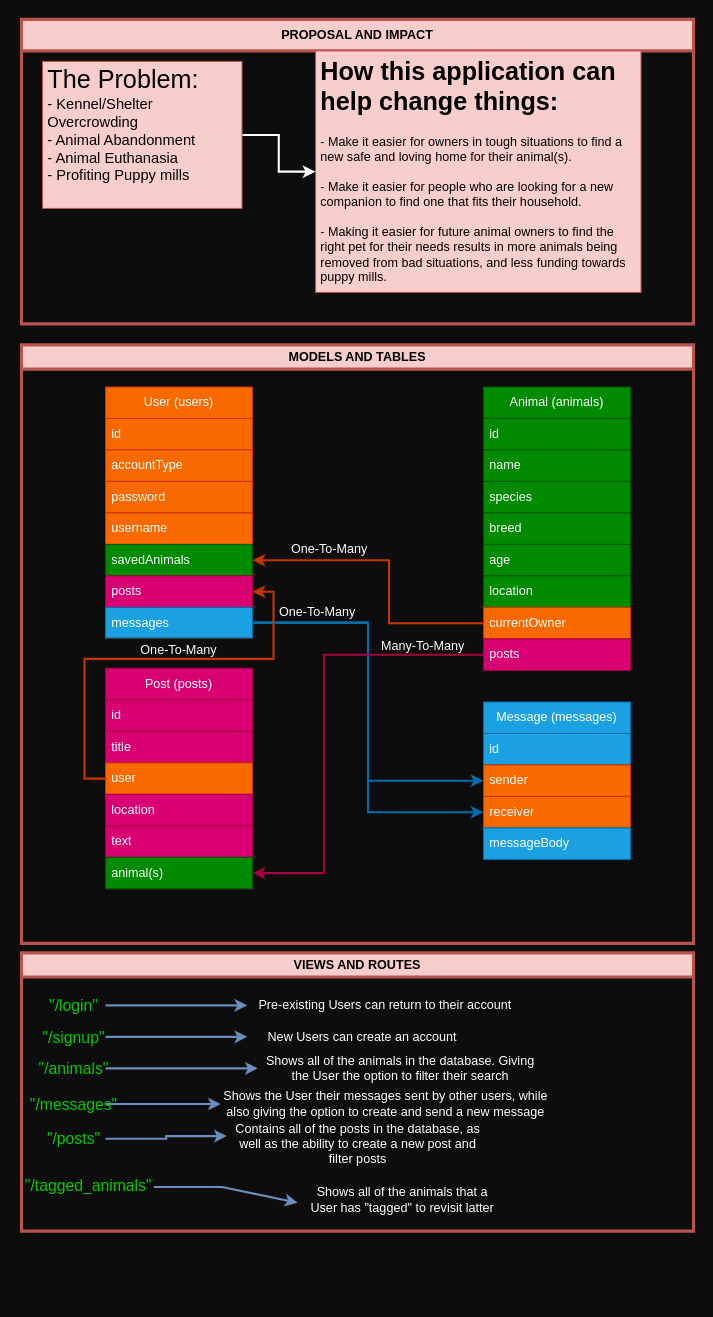
Earlier version of the draw.io diagram Untitled Diagram.drawio (kammau/Animal-Share). Source tidied: cells renumbered, new cells numbered last; positions are measured from the earlier drawing's top-left corner, leaving out a move shared by most shapes. Both pictures are drawn from the tidied source at 105%, with x=0, y=0 at pixel (21, 19).
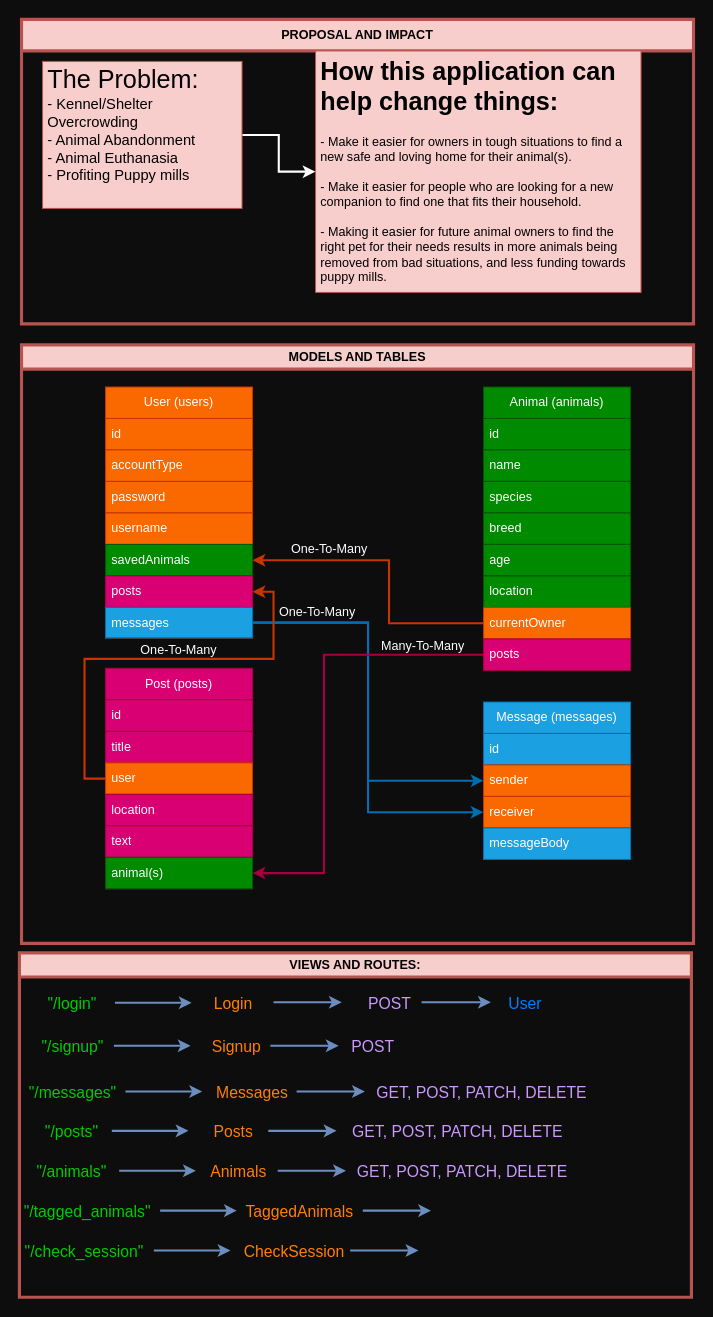
The same page after the edit.

What changed in the source:
```diff
@@
-    <mxCell id="45" value="VIEWS AND ROUTES" style="swimlane;whiteSpace=wrap;html=1;fillColor=#f8cecc;strokeColor=#b85450;strokeWidth=3;" parent="1" vertex="1">
-      <mxGeometry y="889" width="640" height="265" as="geometry" />
+    <mxCell id="45" value="VIEWS AND ROUTES:" style="swimlane;whiteSpace=wrap;html=1;fillColor=#f8cecc;strokeColor=#b85450;strokeWidth=3;" parent="1" vertex="1">
+      <mxGeometry x="-2" y="889" width="640" height="328" as="geometry" />
     </mxCell>
-    <mxCell id="46" style="edgeStyle=orthogonalEdgeStyle;rounded=0;jettySize=auto;html=1;fontColor=#FFCCE6;fillColor=#dae8fc;strokeColor=#6c8ebf;strokeWidth=2;" parent="45" edge="1" source="47" target="56">
-      <mxGeometry relative="1" as="geometry" />
-    </mxCell>
-    <mxCell id="47" value="&lt;font style=&quot;font-size: 15px;&quot;&gt;&quot;/login&quot;&lt;/font&gt;" style="text;html=1;strokeColor=none;fillColor=none;align=center;verticalAlign=middle;whiteSpace=wrap;rounded=0;fontColor=#00CC00;" parent="45" vertex="1">
-      <mxGeometry x="20" y="35" width="60" height="30" as="geometry" />
+    <mxCell id="47" value="&quot;/login&quot;" style="text;html=1;strokeColor=none;fillColor=none;align=center;verticalAlign=middle;whiteSpace=wrap;rounded=0;fontColor=#00CC00;fontSize=15;" parent="45" vertex="1">
+      <mxGeometry x="20" y="33" width="61" height="30" as="geometry" />
     </mxCell>
-    <mxCell id="48" style="edgeStyle=orthogonalEdgeStyle;rounded=0;jettySize=auto;html=1;fillColor=#dae8fc;strokeColor=#6c8ebf;strokeWidth=2;" parent="45" edge="1" source="49" target="57">
-      <mxGeometry relative="1" as="geometry" />
-    </mxCell>
+    <mxCell id="64" style="endArrow=classic;html=1;rounded=0;fillColor=#dae8fc;strokeColor=#6c8ebf;strokeWidth=2;" parent="45" edge="1">
+      <mxGeometry relative="1" as="geometry">
+        <mxPoint x="91" y="47.5" as="sourcePoint" />
+        <mxPoint x="164" y="47.5" as="targetPoint" />
+      </mxGeometry>
+    </mxCell>
+    <mxCell id="65" value="Login" style="text;html=1;strokeColor=none;fillColor=none;align=center;verticalAlign=middle;whiteSpace=wrap;rounded=0;fontColor=#FF8000;fontSize=15;" parent="45" vertex="1">
+      <mxGeometry x="174" y="33" width="60" height="30" as="geometry" />
+    </mxCell>
+    <mxCell id="66" style="endArrow=classic;html=1;rounded=0;fillColor=#dae8fc;strokeColor=#6c8ebf;strokeWidth=2;" parent="45" edge="1">
+      <mxGeometry relative="1" as="geometry">
+        <mxPoint x="242" y="47" as="sourcePoint" />
+        <mxPoint x="307" y="47" as="targetPoint" />
+      </mxGeometry>
+    </mxCell>
+    <mxCell id="67" value="POST" style="text;html=1;strokeColor=none;fillColor=none;align=center;verticalAlign=middle;whiteSpace=wrap;rounded=0;fontColor=#CC99FF;fontSize=15;" parent="45" vertex="1">
+      <mxGeometry x="323" y="33" width="60" height="30" as="geometry" />
+    </mxCell>
+    <mxCell id="68" style="endArrow=classic;html=1;rounded=0;strokeWidth=2;fillColor=#dae8fc;strokeColor=#6c8ebf;" parent="45" edge="1">
+      <mxGeometry relative="1" as="geometry">
+        <mxPoint x="383" y="47" as="sourcePoint" />
+        <mxPoint x="449" y="47" as="targetPoint" />
+      </mxGeometry>
+    </mxCell>
+    <mxCell id="69" value="User" style="text;html=1;strokeColor=none;fillColor=none;align=center;verticalAlign=middle;whiteSpace=wrap;rounded=0;fontColor=#007FFF;fontSize=15;" parent="45" vertex="1">
+      <mxGeometry x="452" y="33" width="60" height="30" as="geometry" />
+    </mxCell>
-    <mxCell id="49" value="&quot;/signup&quot;" style="text;html=1;strokeColor=none;fillColor=none;align=center;verticalAlign=middle;whiteSpace=wrap;rounded=0;fontSize=15;fontColor=#00CC00;" parent="45" vertex="1">
-      <mxGeometry x="20" y="65" width="60" height="30" as="geometry" />
+    <mxCell id="49" value="&quot;/signup&quot;" style="text;html=1;strokeColor=none;fillColor=none;align=center;verticalAlign=middle;whiteSpace=wrap;rounded=0;fontColor=#00CC00;fontSize=15;" parent="45" vertex="1">
+      <mxGeometry x="21" y="74" width="60" height="30" as="geometry" />
     </mxCell>
-    <mxCell id="50" style="edgeStyle=orthogonalEdgeStyle;rounded=0;jettySize=auto;html=1;fillColor=#dae8fc;strokeColor=#6c8ebf;strokeWidth=2;" parent="45" edge="1" source="51" target="58">
-      <mxGeometry relative="1" as="geometry" />
-    </mxCell>
+    <mxCell id="53" value="&quot;/messages&quot;" style="text;html=1;strokeColor=none;fillColor=none;align=center;verticalAlign=middle;whiteSpace=wrap;rounded=0;fontSize=15;fontColor=#00CC00;" parent="45" vertex="1">
+      <mxGeometry x="21" y="117.5" width="60" height="30" as="geometry" />
+    </mxCell>
+    <mxCell id="55" value="&quot;/posts&quot;" style="text;html=1;strokeColor=none;fillColor=none;align=center;verticalAlign=middle;whiteSpace=wrap;rounded=0;fontSize=15;fontColor=#00CC00;" parent="45" vertex="1">
+      <mxGeometry x="20" y="155" width="60" height="30" as="geometry" />
+    </mxCell>
     <mxCell id="51" value="&quot;/animals&quot;" style="text;html=1;strokeColor=none;fillColor=none;align=center;verticalAlign=middle;whiteSpace=wrap;rounded=0;fontSize=15;fontColor=#00CC00;" parent="45" vertex="1">
-      <mxGeometry x="20" y="95" width="60" height="30" as="geometry" />
+      <mxGeometry x="20" y="193" width="60" height="30" as="geometry" />
     </mxCell>
-    <mxCell id="52" style="edgeStyle=orthogonalEdgeStyle;rounded=0;jettySize=auto;html=1;fillColor=#dae8fc;strokeColor=#6c8ebf;strokeWidth=2;" parent="45" edge="1" source="53" target="59">
-      <mxGeometry relative="1" as="geometry" />
-    </mxCell>
-    <mxCell id="53" value="&quot;/messages&quot;" style="text;html=1;strokeColor=none;fillColor=none;align=center;verticalAlign=middle;whiteSpace=wrap;rounded=0;fontSize=15;fontColor=#00CC00;" parent="45" vertex="1">
-      <mxGeometry x="20" y="129" width="60" height="30" as="geometry" />
-    </mxCell>
-    <mxCell id="54" style="edgeStyle=orthogonalEdgeStyle;rounded=0;jettySize=auto;html=1;entryX=0;entryY=0.25;entryDx=0;entryDy=0;fillColor=#dae8fc;strokeColor=#6c8ebf;strokeWidth=2;" parent="45" edge="1" source="55" target="60">
-      <mxGeometry relative="1" as="geometry" />
-    </mxCell>
-    <mxCell id="55" value="&quot;/posts&quot;" style="text;html=1;strokeColor=none;fillColor=none;align=center;verticalAlign=middle;whiteSpace=wrap;rounded=0;fontSize=15;fontColor=#00CC00;" parent="45" vertex="1">
-      <mxGeometry x="20" y="162" width="60" height="30" as="geometry" />
-    </mxCell>
-    <mxCell id="56" value="Pre-existing Users can return to their account" style="text;html=1;strokeColor=none;fillColor=none;align=center;verticalAlign=middle;whiteSpace=wrap;rounded=0;fontColor=#FFFFFF;" parent="45" vertex="1">
-      <mxGeometry x="215" y="35" width="263" height="30" as="geometry" />
-    </mxCell>
-    <mxCell id="57" value="New Users can create an account&amp;nbsp;" style="text;html=1;strokeColor=none;fillColor=none;align=center;verticalAlign=middle;whiteSpace=wrap;rounded=0;fontColor=#FFFFFF;" parent="45" vertex="1">
-      <mxGeometry x="215" y="65" width="223" height="30" as="geometry" />
-    </mxCell>
-    <mxCell id="58" value="Shows all of the animals in the database. Giving the User the option to filter their search" style="text;html=1;strokeColor=none;fillColor=none;align=center;verticalAlign=middle;whiteSpace=wrap;rounded=0;fontColor=#FFFFFF;" parent="45" vertex="1">
-      <mxGeometry x="225" y="95" width="272" height="30" as="geometry" />
-    </mxCell>
-    <mxCell id="59" value="Shows the User their messages sent by other users, while also giving the option to create and send a new message" style="text;html=1;strokeColor=none;fillColor=none;align=center;verticalAlign=middle;whiteSpace=wrap;rounded=0;fontColor=#FFFFFF;" parent="45" vertex="1">
-      <mxGeometry x="189.8" y="129" width="313.5" height="30" as="geometry" />
-    </mxCell>
-    <mxCell id="60" value="Contains all of the posts in the database, as well as the ability to create a new post and filter posts" style="text;html=1;strokeColor=none;fillColor=none;align=center;verticalAlign=middle;whiteSpace=wrap;rounded=0;fontColor=#FFFFFF;" parent="45" vertex="1">
-      <mxGeometry x="195.5" y="167" width="249" height="30" as="geometry" />
-    </mxCell>
-    <mxCell id="61" value="&quot;/tagged_animals&quot;" style="text;html=1;strokeColor=none;fillColor=none;align=center;verticalAlign=middle;whiteSpace=wrap;rounded=0;fontColor=#00CC00;fontSize=15;" parent="45" vertex="1">
-      <mxGeometry x="34" y="206" width="60" height="30" as="geometry" />
+    <mxCell id="61" value="&quot;/tagged_animals&quot;" style="text;html=1;strokeColor=none;fillColor=none;align=center;verticalAlign=middle;whiteSpace=wrap;rounded=0;fontSize=15;fontColor=#00CC00;" parent="45" vertex="1">
+      <mxGeometry x="35" y="231" width="60" height="30" as="geometry" />
     </mxCell>
-    <mxCell id="62" value="Shows all of the animals that a User has &quot;tagged&quot; to revisit latter" style="text;html=1;strokeColor=none;fillColor=none;align=center;verticalAlign=middle;whiteSpace=wrap;rounded=0;fontColor=#FFFFFF;" parent="45" vertex="1">
-      <mxGeometry x="269" y="220" width="188" height="30" as="geometry" />
-    </mxCell>
-    <mxCell id="63" style="endArrow=classic;html=1;rounded=0;fillColor=#dae8fc;strokeColor=#6c8ebf;strokeWidth=2;" parent="45" edge="1">
-      <mxGeometry relative="1" as="geometry">
-        <mxPoint x="126" y="223" as="sourcePoint" />
-        <mxPoint x="263" y="238" as="targetPoint" />
-        <Array as="points">
-          <mxPoint x="191" y="223" />
-        </Array>
-      </mxGeometry>
-    </mxCell>
+    <mxCell id="70" style="endArrow=classic;html=1;rounded=0;fillColor=#dae8fc;strokeColor=#6c8ebf;strokeWidth=2;" parent="45" edge="1">
+      <mxGeometry relative="1" as="geometry">
+        <mxPoint x="90" y="88.5" as="sourcePoint" />
+        <mxPoint x="163" y="88.5" as="targetPoint" />
+      </mxGeometry>
+    </mxCell>
+    <mxCell id="71" style="endArrow=classic;html=1;rounded=0;fillColor=#dae8fc;strokeColor=#6c8ebf;strokeWidth=2;" parent="45" edge="1">
+      <mxGeometry relative="1" as="geometry">
+        <mxPoint x="101" y="132" as="sourcePoint" />
+        <mxPoint x="174" y="132" as="targetPoint" />
+      </mxGeometry>
+    </mxCell>
+    <mxCell id="72" style="endArrow=classic;html=1;rounded=0;fillColor=#dae8fc;strokeColor=#6c8ebf;strokeWidth=2;" parent="45" edge="1">
+      <mxGeometry relative="1" as="geometry">
+        <mxPoint x="88" y="169.5" as="sourcePoint" />
+        <mxPoint x="161" y="169.5" as="targetPoint" />
+      </mxGeometry>
+    </mxCell>
+    <mxCell id="73" style="endArrow=classic;html=1;rounded=0;fillColor=#dae8fc;strokeColor=#6c8ebf;strokeWidth=2;" parent="45" edge="1">
+      <mxGeometry relative="1" as="geometry">
+        <mxPoint x="95" y="207.5" as="sourcePoint" />
+        <mxPoint x="168" y="207.5" as="targetPoint" />
+      </mxGeometry>
+    </mxCell>
+    <mxCell id="74" style="endArrow=classic;html=1;rounded=0;fillColor=#dae8fc;strokeColor=#6c8ebf;strokeWidth=2;" parent="45" edge="1">
+      <mxGeometry relative="1" as="geometry">
+        <mxPoint x="134" y="245.5" as="sourcePoint" />
+        <mxPoint x="207" y="245.5" as="targetPoint" />
+      </mxGeometry>
+    </mxCell>
+    <mxCell id="75" value="Signup" style="text;html=1;strokeColor=none;fillColor=none;align=center;verticalAlign=middle;whiteSpace=wrap;rounded=0;fontColor=#FF8000;fontSize=15;" parent="45" vertex="1">
+      <mxGeometry x="177" y="74" width="60" height="30" as="geometry" />
+    </mxCell>
+    <mxCell id="76" value="Messages" style="text;html=1;strokeColor=none;fillColor=none;align=center;verticalAlign=middle;whiteSpace=wrap;rounded=0;fontColor=#FF8000;fontSize=15;" parent="45" vertex="1">
+      <mxGeometry x="192" y="117.5" width="60" height="30" as="geometry" />
+    </mxCell>
+    <mxCell id="77" value="&quot;/check_session&quot;" style="text;html=1;strokeColor=none;fillColor=none;align=center;verticalAlign=middle;whiteSpace=wrap;rounded=0;fontSize=15;fontColor=#00CC00;" parent="45" vertex="1">
+      <mxGeometry x="32" y="269" width="60" height="30" as="geometry" />
+    </mxCell>
+    <mxCell id="78" style="endArrow=classic;html=1;rounded=0;fillColor=#dae8fc;strokeColor=#6c8ebf;strokeWidth=2;" parent="45" edge="1">
+      <mxGeometry relative="1" as="geometry">
+        <mxPoint x="128" y="283.5" as="sourcePoint" />
+        <mxPoint x="201" y="283.5" as="targetPoint" />
+      </mxGeometry>
+    </mxCell>
+    <mxCell id="79" value="Posts" style="text;html=1;strokeColor=none;fillColor=none;align=center;verticalAlign=middle;whiteSpace=wrap;rounded=0;fontColor=#FF8000;fontSize=15;" parent="45" vertex="1">
+      <mxGeometry x="174" y="155" width="60" height="30" as="geometry" />
+    </mxCell>
+    <mxCell id="80" value="Animals" style="text;html=1;strokeColor=none;fillColor=none;align=center;verticalAlign=middle;whiteSpace=wrap;rounded=0;fontColor=#FF8000;fontSize=15;" parent="45" vertex="1">
+      <mxGeometry x="179" y="193" width="60" height="30" as="geometry" />
+    </mxCell>
+    <mxCell id="81" value="TaggedAnimals" style="text;html=1;strokeColor=none;fillColor=none;align=center;verticalAlign=middle;whiteSpace=wrap;rounded=0;fontColor=#FF8000;fontSize=15;" parent="45" vertex="1">
+      <mxGeometry x="237" y="231" width="60" height="30" as="geometry" />
+    </mxCell>
+    <mxCell id="82" value="CheckSession" style="text;html=1;strokeColor=none;fillColor=none;align=center;verticalAlign=middle;whiteSpace=wrap;rounded=0;fontColor=#FF8000;fontSize=15;" parent="45" vertex="1">
+      <mxGeometry x="232" y="269" width="60" height="30" as="geometry" />
+    </mxCell>
+    <mxCell id="83" style="endArrow=classic;html=1;rounded=0;fillColor=#dae8fc;strokeColor=#6c8ebf;strokeWidth=2;" parent="45" edge="1">
+      <mxGeometry relative="1" as="geometry">
+        <mxPoint x="239" y="88.5" as="sourcePoint" />
+        <mxPoint x="304" y="88.5" as="targetPoint" />
+      </mxGeometry>
+    </mxCell>
+    <mxCell id="84" style="endArrow=classic;html=1;rounded=0;fillColor=#dae8fc;strokeColor=#6c8ebf;strokeWidth=2;" parent="45" edge="1">
+      <mxGeometry relative="1" as="geometry">
+        <mxPoint x="264" y="132" as="sourcePoint" />
+        <mxPoint x="329" y="132" as="targetPoint" />
+      </mxGeometry>
+    </mxCell>
+    <mxCell id="85" style="endArrow=classic;html=1;rounded=0;fillColor=#dae8fc;strokeColor=#6c8ebf;strokeWidth=2;" parent="45" edge="1">
+      <mxGeometry relative="1" as="geometry">
+        <mxPoint x="237" y="169.5" as="sourcePoint" />
+        <mxPoint x="302" y="169.5" as="targetPoint" />
+      </mxGeometry>
+    </mxCell>
+    <mxCell id="86" style="endArrow=classic;html=1;rounded=0;fillColor=#dae8fc;strokeColor=#6c8ebf;strokeWidth=2;" parent="45" edge="1">
+      <mxGeometry relative="1" as="geometry">
+        <mxPoint x="246" y="207.5" as="sourcePoint" />
+        <mxPoint x="311" y="207.5" as="targetPoint" />
+      </mxGeometry>
+    </mxCell>
+    <mxCell id="87" style="endArrow=classic;html=1;rounded=0;fillColor=#dae8fc;strokeColor=#6c8ebf;strokeWidth=2;" parent="45" edge="1">
+      <mxGeometry relative="1" as="geometry">
+        <mxPoint x="327" y="245.5" as="sourcePoint" />
+        <mxPoint x="392" y="245.5" as="targetPoint" />
+      </mxGeometry>
+    </mxCell>
+    <mxCell id="88" style="endArrow=classic;html=1;rounded=0;fillColor=#dae8fc;strokeColor=#6c8ebf;strokeWidth=2;" parent="45" edge="1">
+      <mxGeometry relative="1" as="geometry">
+        <mxPoint x="315" y="283.5" as="sourcePoint" />
+        <mxPoint x="380" y="283.5" as="targetPoint" />
+      </mxGeometry>
+    </mxCell>
+    <mxCell id="89" value="POST" style="text;html=1;strokeColor=none;fillColor=none;align=center;verticalAlign=middle;whiteSpace=wrap;rounded=0;fontColor=#CC99FF;fontSize=15;" parent="45" vertex="1">
+      <mxGeometry x="307" y="74" width="60" height="30" as="geometry" />
+    </mxCell>
+    <mxCell id="90" value="GET, POST, PATCH, DELETE" style="text;html=1;strokeColor=none;fillColor=none;align=center;verticalAlign=middle;whiteSpace=wrap;rounded=0;fontColor=#CC99FF;fontSize=15;" parent="45" vertex="1">
+      <mxGeometry x="327" y="117.5" width="227" height="30" as="geometry" />
+    </mxCell>
+    <mxCell id="91" value="GET, POST, PATCH, DELETE" style="text;html=1;strokeColor=none;fillColor=none;align=center;verticalAlign=middle;whiteSpace=wrap;rounded=0;fontColor=#CC99FF;fontSize=15;" parent="45" vertex="1">
+      <mxGeometry x="302" y="155" width="231" height="30" as="geometry" />
+    </mxCell>
+    <mxCell id="92" value="GET, POST, PATCH, DELETE" style="text;html=1;strokeColor=none;fillColor=none;align=center;verticalAlign=middle;whiteSpace=wrap;rounded=0;fontColor=#CC99FF;fontSize=15;" parent="45" vertex="1">
+      <mxGeometry x="318" y="193" width="208" height="30" as="geometry" />
+    </mxCell>
```
